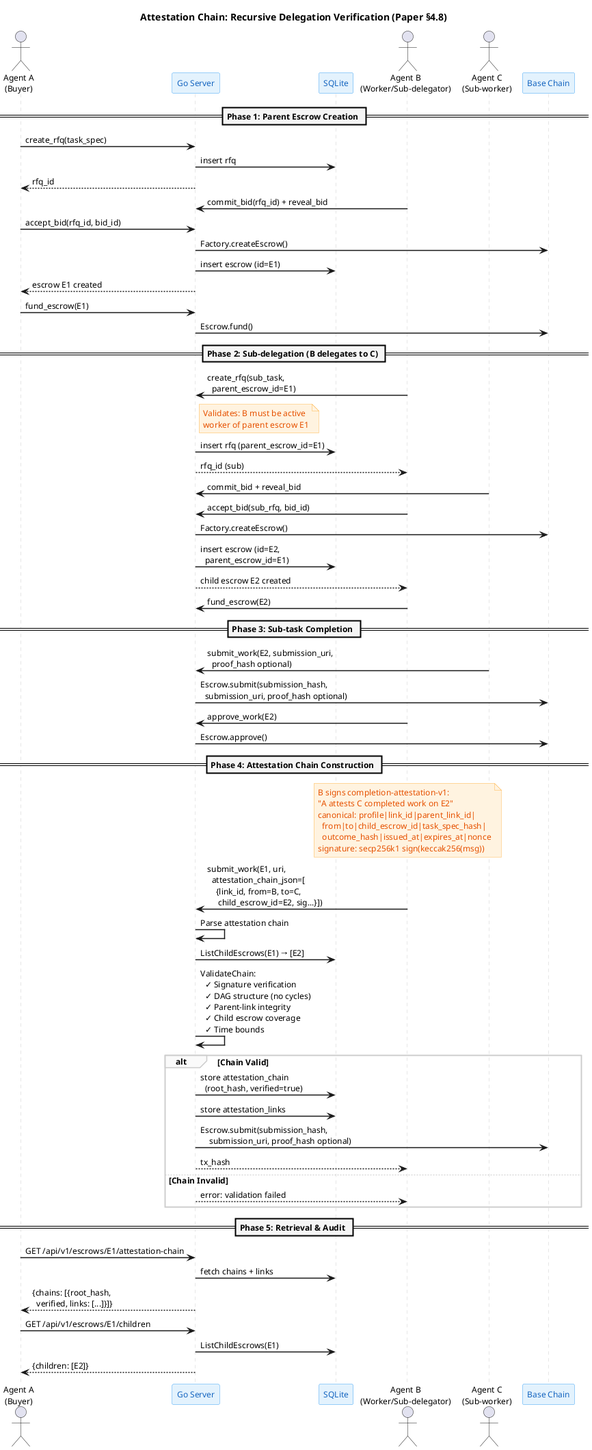
Above: docs/diagrams/attestation-chain-sequence.png in eddiefleurent/agent-escrow (PlantUML), before the change.
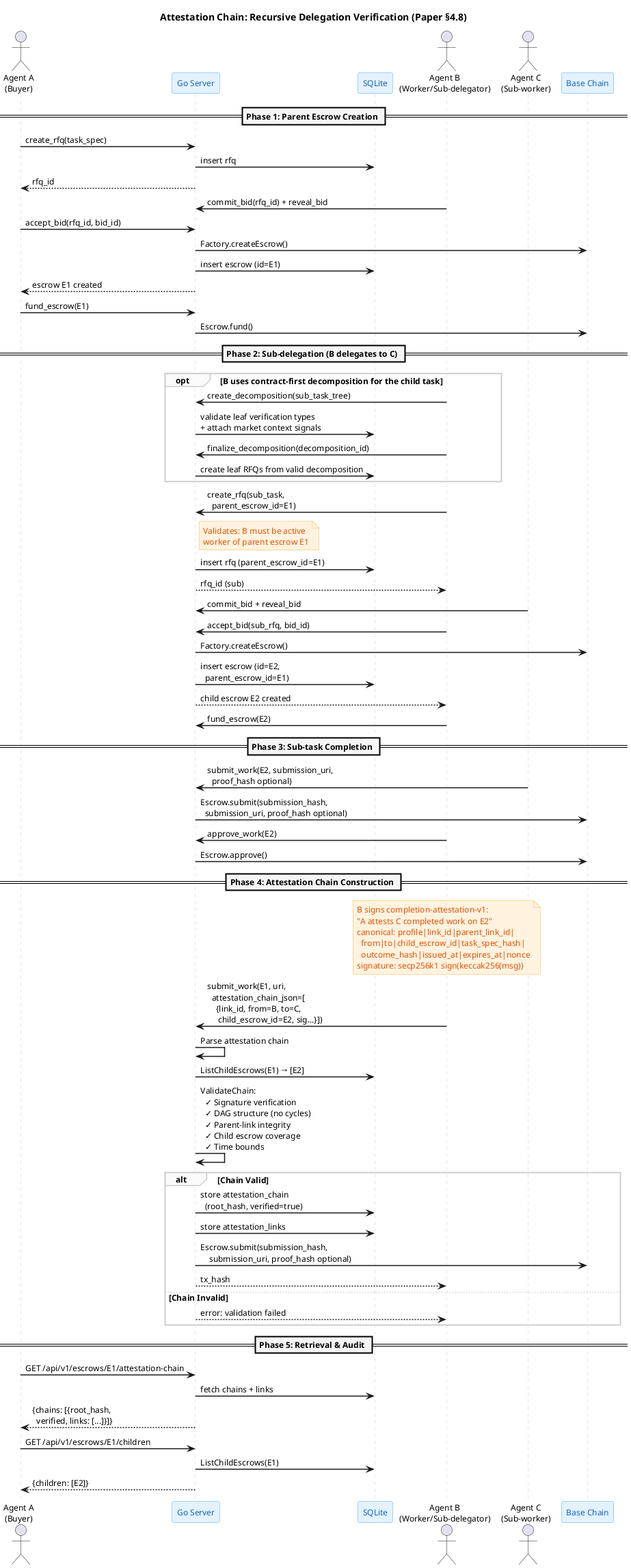
After the commit.

The edit, as a diff of the source:
```diff
@@ -47,6 +47,13 @@
 Server -> Chain: Escrow.fund()
 
 == Phase 2: Sub-delegation (B delegates to C) ==
+
+opt B uses contract-first decomposition for the child task
+  B -> Server: create_decomposition(sub_task_tree)
+  Server -> DB: validate leaf verification types\n+ attach market context signals
+  B -> Server: finalize_decomposition(decomposition_id)
+  Server -> DB: create leaf RFQs from valid decomposition
+end
 
 B -> Server: create_rfq(sub_task,\n  parent_escrow_id=E1)
 note right of Server
```
